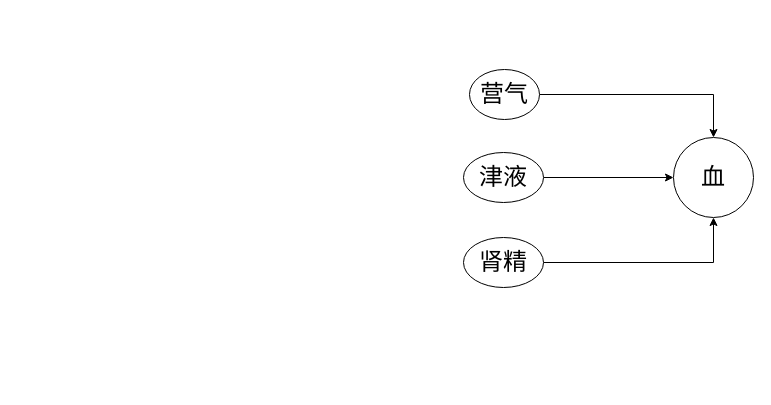
Earlier version of the draw.io diagram 医门推敲叁/精气血津液神/未命名绘图.drawio (328507133/chart). Source tidied: cells renumbered, new cells numbered last; positions are measured from the earlier drawing's top-left corner, leaving out a move shared by most shapes. Both pictures are drawn from the tidied source at 100%, with x=0, y=0 at pixel (463, 69).
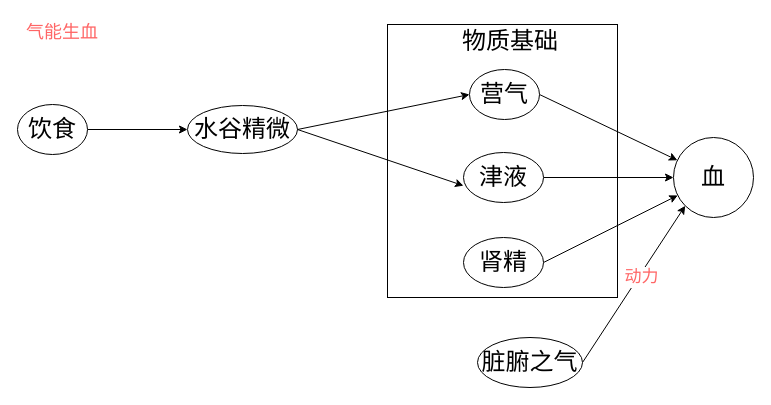
After the change.

Commit message (it also covers changes not shown here):
更新未命名绘图.drawio

Unchanged cells that the change refers to:
```xml
<mxCell id="3" value="&lt;font style=&quot;font-size: 24px;&quot;&gt;营气&lt;/font&gt;" style="ellipse;whiteSpace=wrap;html=1;" parent="1" vertex="1">
  <mxGeometry x="6" width="70" height="50" as="geometry" />
</mxCell>
<mxCell id="5" value="&lt;font style=&quot;font-size: 24px;&quot;&gt;肾精&lt;/font&gt;" style="ellipse;whiteSpace=wrap;html=1;" parent="1" vertex="1">
  <mxGeometry y="168" width="80" height="50" as="geometry" />
</mxCell>
<mxCell id="7" value="&lt;font style=&quot;font-size: 24px;&quot;&gt;津液&lt;/font&gt;" style="ellipse;whiteSpace=wrap;html=1;" parent="1" vertex="1">
  <mxGeometry y="83" width="80" height="50" as="geometry" />
</mxCell>
<mxCell id="8" value="&lt;font style=&quot;font-size: 24px;&quot;&gt;血&lt;/font&gt;" style="ellipse;whiteSpace=wrap;html=1;" parent="1" vertex="1">
  <mxGeometry x="210" y="68" width="80" height="80" as="geometry" />
</mxCell>
```

What changed in the source:
```diff
@@
+    <mxCell id="9" style="group;" parent="1" vertex="1">
+      <mxGeometry x="-76" y="-45" width="230" height="273" as="geometry" />
+    </mxCell>
+    <mxCell id="10" style="rounded=0;whiteSpace=wrap;html=1;" parent="9" vertex="1">
+      <mxGeometry width="230" height="273" as="geometry" />
+    </mxCell>
+    <mxCell id="11" value="&lt;font style=&quot;font-size: 24px;&quot;&gt;物质基础&lt;/font&gt;" style="text;html=1;strokeColor=none;fillColor=none;align=center;verticalAlign=middle;whiteSpace=wrap;rounded=0;" parent="9" vertex="1">
+      <mxGeometry x="70.8" y="5.8" width="104.4" height="22.2" as="geometry" />
+    </mxCell>
-    <mxCell id="2" style="edgeStyle=orthogonalEdgeStyle;rounded=0;jettySize=auto;html=1;exitX=1;exitY=0.5;exitDx=0;exitDy=0;" parent="1" edge="1" source="3" target="8">
+    <mxCell id="2" style="rounded=0;jettySize=auto;html=1;exitX=1;exitY=0.5;exitDx=0;exitDy=0;" parent="1" edge="1" source="3" target="8">
       <mxGeometry relative="1" as="geometry" />
     </mxCell>
@@
-    <mxCell id="4" style="edgeStyle=orthogonalEdgeStyle;rounded=0;jettySize=auto;html=1;exitX=1;exitY=0.5;exitDx=0;exitDy=0;" parent="1" edge="1" source="5" target="8">
+    <mxCell id="4" style="rounded=0;jettySize=auto;html=1;exitX=1;exitY=0.5;exitDx=0;exitDy=0;" parent="1" edge="1" source="5" target="8">
       <mxGeometry relative="1" as="geometry" />
     </mxCell>
@@
+    <mxCell id="12" style="edgeStyle=orthogonalEdgeStyle;rounded=0;jettySize=auto;html=1;exitX=1;exitY=0.5;exitDx=0;exitDy=0;" parent="1" edge="1" source="13" target="15">
+      <mxGeometry relative="1" as="geometry" />
+    </mxCell>
+    <mxCell id="13" value="&lt;font style=&quot;font-size: 24px;&quot;&gt;饮食&lt;/font&gt;" style="ellipse;whiteSpace=wrap;html=1;" parent="1" vertex="1">
+      <mxGeometry x="-446" y="35" width="70" height="50" as="geometry" />
+    </mxCell>
+    <mxCell id="14" style="rounded=0;jettySize=auto;html=1;exitX=1;exitY=0.5;exitDx=0;exitDy=0;entryX=0;entryY=0.5;entryDx=0;entryDy=0;" parent="1" edge="1" source="15" target="3">
+      <mxGeometry relative="1" as="geometry" />
+    </mxCell>
+    <mxCell id="15" value="&lt;font style=&quot;font-size: 24px;&quot;&gt;水谷精微&lt;/font&gt;" style="ellipse;whiteSpace=wrap;html=1;" parent="1" vertex="1">
+      <mxGeometry x="-276" y="36" width="110" height="48" as="geometry" />
+    </mxCell>
+    <mxCell id="16" style="rounded=0;jettySize=auto;html=1;entryX=0;entryY=0.664;entryDx=0;entryDy=0;entryPerimeter=0;exitX=1;exitY=0.5;exitDx=0;exitDy=0;" parent="1" edge="1" source="15" target="7">
+      <mxGeometry relative="1" as="geometry" />
+    </mxCell>
+    <mxCell id="17" style="rounded=0;jettySize=auto;html=1;exitX=1;exitY=0.5;exitDx=0;exitDy=0;entryX=0;entryY=1;entryDx=0;entryDy=0;" parent="1" edge="1" source="19" target="8">
+      <mxGeometry relative="1" as="geometry" />
+    </mxCell>
+    <mxCell id="18" value="&lt;font style=&quot;font-size: 17px;&quot;&gt;动力&lt;/font&gt;" style="edgeLabel;html=1;align=center;verticalAlign=middle;fontColor=#FF6666;" parent="17" vertex="1">
+      <mxGeometry x="0.1" y="-2" relative="1" as="geometry" />
+    </mxCell>
+    <mxCell id="19" value="&lt;font style=&quot;font-size: 24px;&quot;&gt;脏腑之气&lt;/font&gt;" style="ellipse;whiteSpace=wrap;html=1;" parent="1" vertex="1">
+      <mxGeometry x="14" y="268" width="105" height="50" as="geometry" />
+    </mxCell>
+    <mxCell id="20" value="&lt;font style=&quot;font-size: 18px;&quot;&gt;气能生血&lt;/font&gt;" style="text;html=1;align=center;verticalAlign=middle;whiteSpace=wrap;rounded=0;fontColor=#FF6666;" parent="1" vertex="1">
+      <mxGeometry x="-446" y="-52" width="90" height="30" as="geometry" />
+    </mxCell>
```
